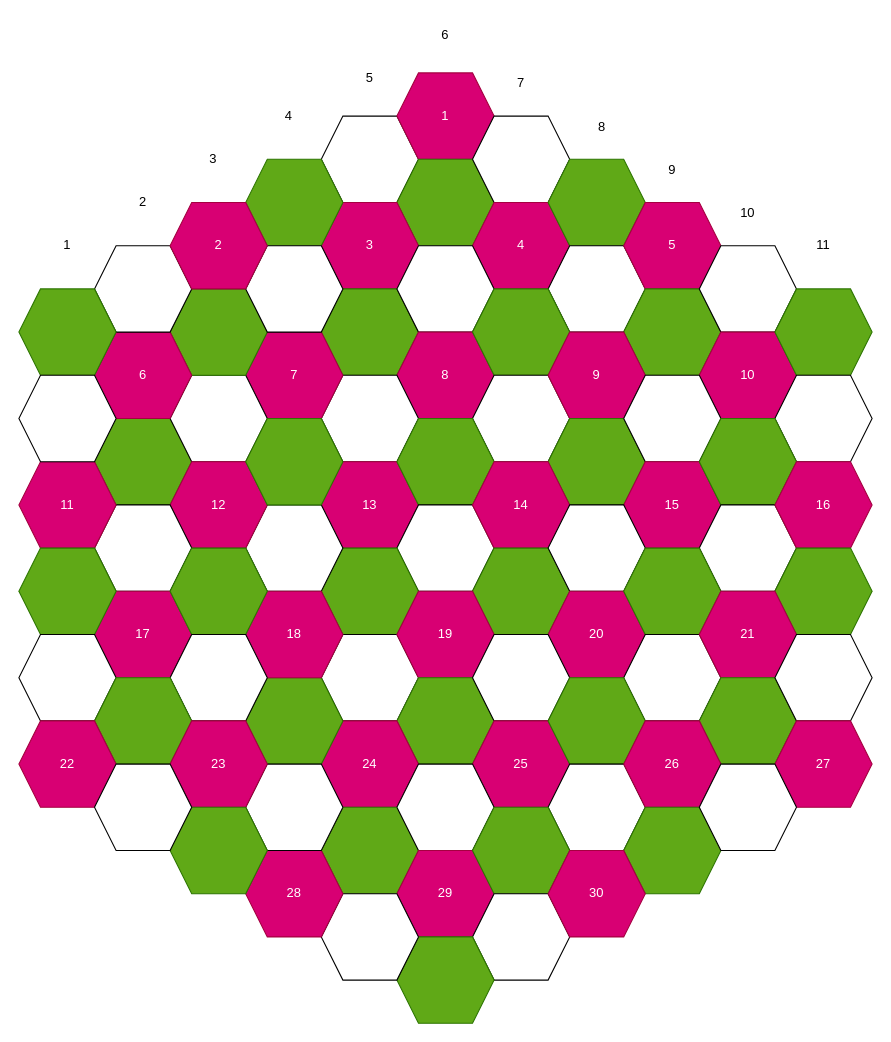
CharaVerKys/hexchess keeps this draw.io diagram as docs/layout.drawio. Above is the earlier version. Source tidied: cells renumbered, new cells numbered last; positions are measured from the earlier drawing's top-left corner, leaving out a move shared by most shapes. Both pictures are drawn from the tidied source at 108%, with x=0, y=0 at pixel (18, 18).
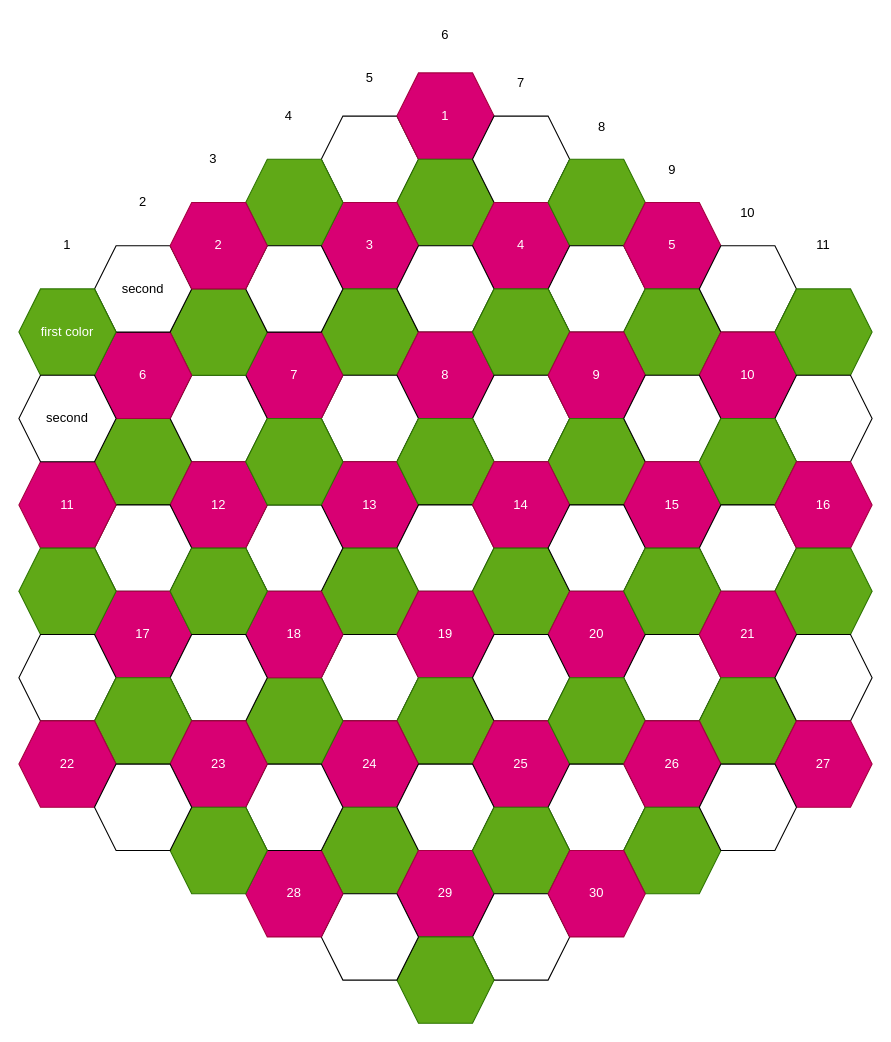
Above is the later version.

Commit message (it also covers changes not shown here):
add color init

The edit, as a diff of the source:
```diff
@@
-    <mxCell id="80" style="shape=hexagon;perimeter=hexagonPerimeter2;whiteSpace=wrap;html=1;fixedSize=1;" parent="1" vertex="1">
+    <mxCell id="80" value="second" style="shape=hexagon;perimeter=hexagonPerimeter2;whiteSpace=wrap;html=1;fixedSize=1;" parent="1" vertex="1">
       <mxGeometry x="70" y="210" width="90" height="80" as="geometry" />
     </mxCell>
@@
-    <mxCell id="82" style="shape=hexagon;perimeter=hexagonPerimeter2;whiteSpace=wrap;html=1;fixedSize=1;fillColor=#60a917;fontColor=#ffffff;strokeColor=#2D7600;" parent="1" vertex="1">
+    <mxCell id="82" value="first color" style="shape=hexagon;perimeter=hexagonPerimeter2;whiteSpace=wrap;html=1;fixedSize=1;fillColor=#60a917;fontColor=#ffffff;strokeColor=#2D7600;" parent="1" vertex="1">
       <mxGeometry y="250" width="90" height="80" as="geometry" />
     </mxCell>
@@
-    <mxCell id="86" style="shape=hexagon;perimeter=hexagonPerimeter2;whiteSpace=wrap;html=1;fixedSize=1;" parent="1" vertex="1">
+    <mxCell id="86" value="second" style="shape=hexagon;perimeter=hexagonPerimeter2;whiteSpace=wrap;html=1;fixedSize=1;" parent="1" vertex="1">
       <mxGeometry y="330" width="90" height="80" as="geometry" />
     </mxCell>
```
